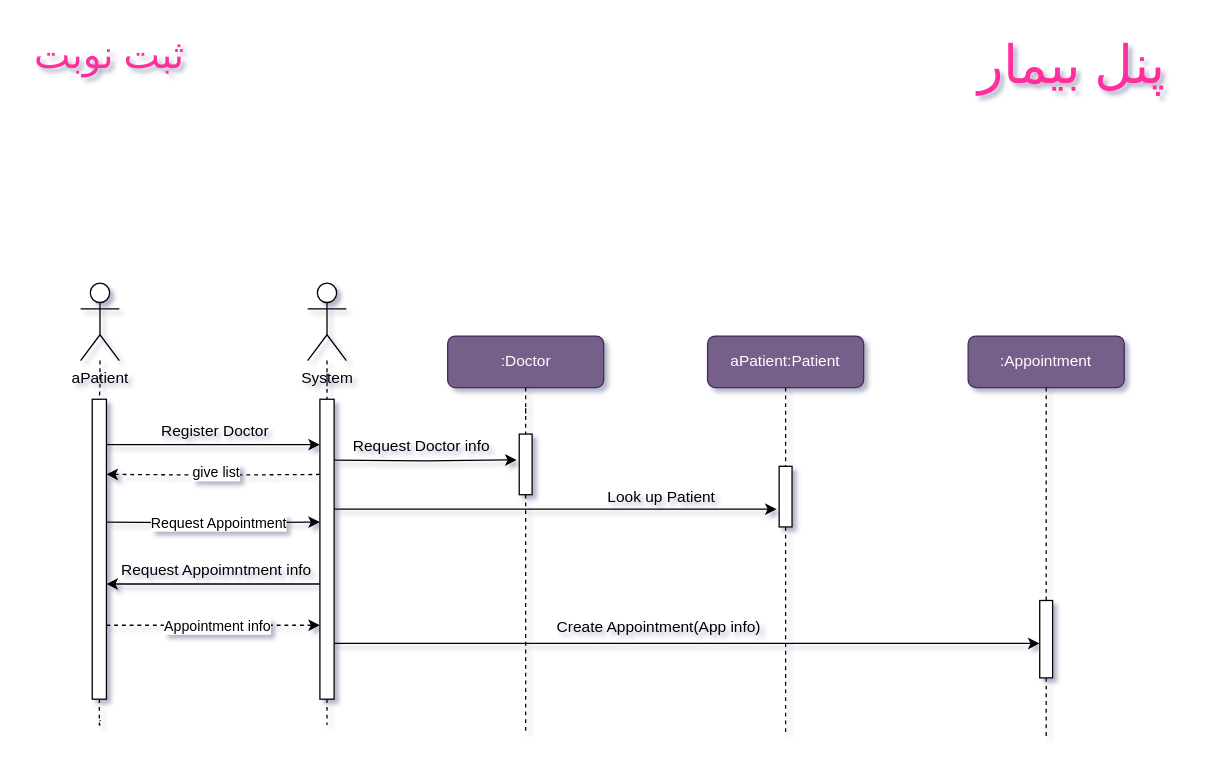
Before: page "ثبت نوبت" (9 of 20) of Sequence Diagram/SequenceDiagram.drawio in Matinrezaei/Software-Lab, a draw.io diagram. Source tidied: cells renumbered, new cells numbered last; positions are measured from the earlier drawing's top-left corner, leaving out a move shared by most shapes. Both pictures are drawn from the tidied source at 129%, with x=0, y=0 at pixel (22, 22).
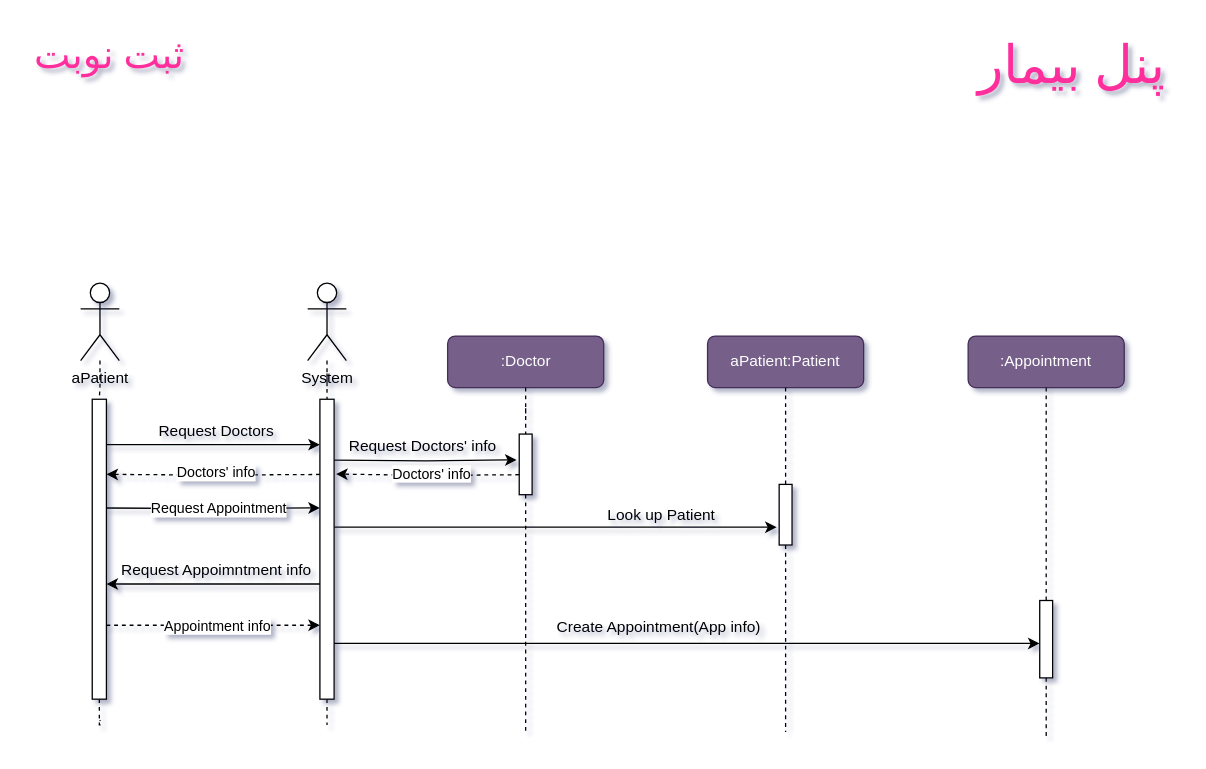
After the change.

Unchanged cells that the change refers to:
```xml
<mxCell id="16" style="edgeStyle=orthogonalEdgeStyle;rounded=0;orthogonalLoop=1;jettySize=auto;html=1;entryX=0.5;entryY=0;entryDx=0;entryDy=0;dashed=1;" parent="1" edge="1">
  <mxGeometry relative="1" as="geometry">
    <mxPoint x="230.5" y="350.3" as="sourcePoint" />
    <mxPoint x="65" y="350.2" as="targetPoint" />
  </mxGeometry>
</mxCell>
```

Diff of the diagram source:
```diff
@@
     <mxCell id="12" style="edgeStyle=orthogonalEdgeStyle;rounded=0;orthogonalLoop=1;jettySize=auto;html=1;entryX=0.5;entryY=1;entryDx=0;entryDy=0;" parent="1" edge="1">
       <mxGeometry relative="1" as="geometry">
-        <mxPoint x="65" y="387.3" as="sourcePoint" />
-        <mxPoint x="230.5" y="387.2" as="targetPoint" />
+        <mxPoint x="65" y="376.3" as="sourcePoint" />
+        <mxPoint x="230.5" y="376.2" as="targetPoint" />
       </mxGeometry>
     </mxCell>
@@
-    <mxCell id="17" value="give list" style="edgeLabel;html=1;align=center;verticalAlign=middle;" parent="16" vertex="1">
+    <mxCell id="17" value="Doctors' info" style="edgeLabel;html=1;align=center;verticalAlign=middle;" parent="16" vertex="1">
       <mxGeometry x="-0.02" y="-2" relative="1" as="geometry" />
     </mxCell>
@@
     <mxCell id="19" style="edgeStyle=orthogonalEdgeStyle;rounded=0;orthogonalLoop=1;jettySize=auto;html=1;" parent="1" edge="1">
       <mxGeometry relative="1" as="geometry">
-        <mxPoint x="241.5" y="377.2" as="sourcePoint" />
-        <mxPoint x="584.6" y="377.2" as="targetPoint" />
+        <mxPoint x="241.5" y="391.2" as="sourcePoint" />
+        <mxPoint x="584.6" y="391.2" as="targetPoint" />
       </mxGeometry>
     </mxCell>
@@
-    <mxCell id="27" value="Register Doctor" style="text;html=1;align=center;verticalAlign=middle;strokeColor=none;fillColor=none;" parent="1" vertex="1">
-      <mxGeometry x="97" y="304" width="104" height="26" as="geometry" />
+    <mxCell id="27" value="Request Doctors" style="text;html=1;align=center;verticalAlign=middle;strokeColor=none;fillColor=none;" parent="1" vertex="1">
+      <mxGeometry x="96" y="304" width="107" height="26" as="geometry" />
     </mxCell>
@@
-    <mxCell id="32" value="Request Doctor info" style="text;html=1;align=center;verticalAlign=middle;strokeColor=none;fillColor=none;" parent="1" vertex="1">
-      <mxGeometry x="245.5" y="316" width="127" height="26" as="geometry" />
+    <mxCell id="32" value="Request Doctors' info" style="text;html=1;align=center;verticalAlign=middle;strokeColor=none;fillColor=none;" parent="1" vertex="1">
+      <mxGeometry x="243.5" y="316" width="132" height="26" as="geometry" />
     </mxCell>
@@
     <mxCell id="34" style="rounded=0;whiteSpace=wrap;html=1;direction=south;" parent="1" vertex="1">
-      <mxGeometry x="586.5" y="344" width="10" height="47" as="geometry" />
+      <mxGeometry x="586.5" y="358" width="10" height="47" as="geometry" />
     </mxCell>
     <mxCell id="35" value="Look up Patient" style="text;html=1;align=center;verticalAlign=middle;strokeColor=none;fillColor=none;" parent="1" vertex="1">
-      <mxGeometry x="443.5" y="355" width="103" height="26" as="geometry" />
+      <mxGeometry x="443.5" y="369" width="103" height="26" as="geometry" />
     </mxCell>
@@
+    <mxCell id="40" style="edgeStyle=orthogonalEdgeStyle;rounded=0;orthogonalLoop=1;jettySize=auto;html=1;dashed=1;" parent="1" edge="1">
+      <mxGeometry relative="1" as="geometry">
+        <mxPoint x="385" y="350.5" as="sourcePoint" />
+        <mxPoint x="243" y="350" as="targetPoint" />
+      </mxGeometry>
+    </mxCell>
+    <mxCell id="41" value="Doctors' info" style="edgeLabel;html=1;align=center;verticalAlign=middle;" parent="40" vertex="1">
+      <mxGeometry x="-0.04" y="-1" relative="1" as="geometry" />
+    </mxCell>
```
